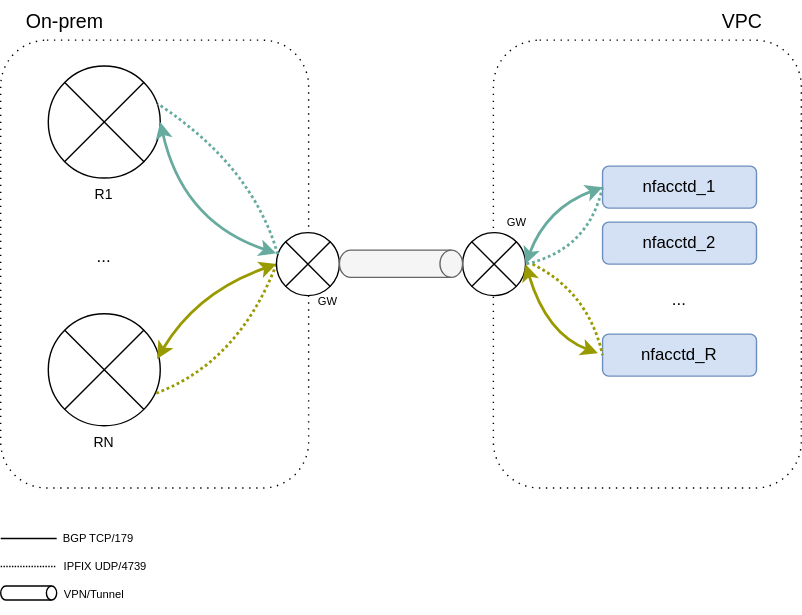
Above: docs/use-cases/images/deployment_vpc.svg in datahangar/sfunnel (draw.io), before the change. Source tidied: cells renumbered, new cells last; positions are measured from the earlier drawing's top-left corner, leaving out a move shared by most shapes.
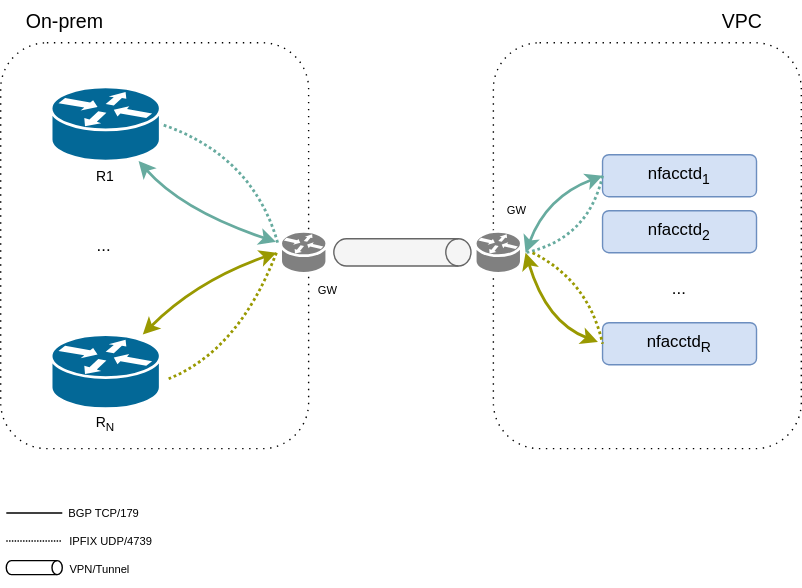
The same diagram one commit later.

Diff of the diagram source:
```diff
@@ -3,35 +3,32 @@
     <mxCell id="0" />
     <mxCell id="1" parent="0" />
     <mxCell id="2" style="rounded=1;whiteSpace=wrap;html=1;fillColor=none;strokeColor=#000000;dashed=1;dashPattern=1 4;" parent="1" vertex="1">
-      <mxGeometry x="352" y="28" width="220" height="320" as="geometry" />
+      <mxGeometry x="352" y="38" width="220" height="290" as="geometry" />
     </mxCell>
     <mxCell id="3" style="rounded=1;whiteSpace=wrap;html=1;fillColor=none;strokeColor=#000000;dashed=1;dashPattern=1 4;" parent="1" vertex="1">
-      <mxGeometry y="28" width="220" height="320" as="geometry" />
+      <mxGeometry y="38" width="220" height="290" as="geometry" />
     </mxCell>
-    <mxCell id="4" style="shape=sumEllipse;perimeter=ellipsePerimeter;whiteSpace=wrap;html=1;backgroundOutline=1;" parent="1" vertex="1">
-      <mxGeometry x="34" y="46.5" width="80" height="80" as="geometry" />
-    </mxCell>
     <mxCell id="5" value="&lt;font style=&quot;font-size: 10px;&quot;&gt;R1&lt;/font&gt;" style="text;html=1;align=center;verticalAlign=middle;whiteSpace=wrap;rounded=0;" parent="1" vertex="1">
-      <mxGeometry x="39" y="122.5" width="70" height="30" as="geometry" />
+      <mxGeometry x="40" y="118" width="70" height="30" as="geometry" />
     </mxCell>
-    <mxCell id="6" style="shape=sumEllipse;perimeter=ellipsePerimeter;whiteSpace=wrap;html=1;backgroundOutline=1;" parent="1" vertex="1">
-      <mxGeometry x="34" y="223.5" width="80" height="80" as="geometry" />
-    </mxCell>
-    <mxCell id="7" value="&lt;font style=&quot;font-size: 10px;&quot;&gt;RN&lt;/font&gt;" style="text;html=1;align=center;verticalAlign=middle;whiteSpace=wrap;rounded=0;" parent="1" vertex="1">
-      <mxGeometry x="39" y="299.5" width="70" height="30" as="geometry" />
+    <mxCell id="7" value="&lt;font style=&quot;font-size: 10px;&quot;&gt;R&lt;sub&gt;N&lt;/sub&gt;&lt;/font&gt;" style="text;html=1;align=center;verticalAlign=middle;whiteSpace=wrap;rounded=0;" parent="1" vertex="1">
+      <mxGeometry x="40" y="294" width="70" height="30" as="geometry" />
     </mxCell>
     <mxCell id="8" value="..." style="text;html=1;align=center;verticalAlign=middle;whiteSpace=wrap;rounded=0;" parent="1" vertex="1">
       <mxGeometry x="44" y="167.5" width="60" height="30" as="geometry" />
     </mxCell>
-    <mxCell id="9" style="curved=1;endArrow=classic;html=1;rounded=0;strokeWidth=2;strokeColor=#999900;startArrow=classic;startFill=1;exitX=0.971;exitY=0.403;exitDx=0;exitDy=0;exitPerimeter=0;entryX=0;entryY=0.5;entryDx=0;entryDy=0;" parent="1" edge="1" source="6" target="17">
+    <mxCell id="9" style="curved=1;endArrow=classic;html=1;rounded=0;strokeWidth=2;strokeColor=#999900;startArrow=classic;startFill=1;entryX=0;entryY=0.5;entryDx=0;entryDy=0;" parent="1" edge="1" source="39">
       <mxGeometry relative="1" as="geometry">
+        <mxPoint x="197" y="188" as="targetPoint" />
         <Array as="points">
           <mxPoint x="140" y="208" />
         </Array>
       </mxGeometry>
     </mxCell>
-    <mxCell id="10" style="curved=1;endArrow=none;html=1;rounded=0;strokeWidth=2;strokeColor=#999900;dashed=1;dashPattern=1 1;entryX=0.963;entryY=0.71;entryDx=0;entryDy=0;endFill=0;entryPerimeter=0;exitX=0;exitY=0.5;exitDx=0;exitDy=0;" parent="1" edge="1" source="17" target="6">
+    <mxCell id="10" style="curved=1;endArrow=none;html=1;rounded=0;strokeWidth=2;strokeColor=#999900;dashed=1;dashPattern=1 1;endFill=0;exitX=0;exitY=0.5;exitDx=0;exitDy=0;" parent="1" edge="1">
       <mxGeometry relative="1" as="geometry">
+        <mxPoint x="197" y="188" as="sourcePoint" />
+        <mxPoint x="120" y="278" as="targetPoint" />
         <Array as="points">
           <mxPoint x="170" y="258" />
         </Array>
@@ -42,37 +39,33 @@
     </mxCell>
     <mxCell id="12" style="endArrow=none;html=1;rounded=0;" parent="1" edge="1">
       <mxGeometry relative="1" as="geometry">
-        <mxPoint y="384" as="sourcePoint" />
-        <mxPoint x="40" y="384" as="targetPoint" />
+        <mxPoint x="4" y="374" as="sourcePoint" />
+        <mxPoint x="44" y="374" as="targetPoint" />
       </mxGeometry>
     </mxCell>
     <mxCell id="13" style="endArrow=none;html=1;rounded=0;dashed=1;dashPattern=1 1;" parent="1" edge="1">
       <mxGeometry relative="1" as="geometry">
-        <mxPoint y="404" as="sourcePoint" />
-        <mxPoint x="40" y="404" as="targetPoint" />
+        <mxPoint x="4" y="394" as="sourcePoint" />
+        <mxPoint x="44" y="394" as="targetPoint" />
       </mxGeometry>
     </mxCell>
     <mxCell id="14" value="&lt;font style=&quot;font-size: 8px;&quot;&gt;BGP TCP/179&lt;/font&gt;" style="text;html=1;align=center;verticalAlign=middle;whiteSpace=wrap;rounded=0;" parent="1" vertex="1">
-      <mxGeometry x="40" y="368" width="60" height="30" as="geometry" />
+      <mxGeometry x="44" y="358" width="60" height="30" as="geometry" />
     </mxCell>
     <mxCell id="15" value="&lt;font style=&quot;font-size: 8px;&quot;&gt;IPFIX UDP/4739&lt;/font&gt;" style="text;html=1;align=center;verticalAlign=middle;whiteSpace=wrap;rounded=0;" parent="1" vertex="1">
-      <mxGeometry x="40" y="388" width="70" height="30" as="geometry" />
+      <mxGeometry x="44" y="378" width="70" height="30" as="geometry" />
     </mxCell>
-    <mxCell id="16" style="shape=sumEllipse;perimeter=ellipsePerimeter;whiteSpace=wrap;html=1;backgroundOutline=1;" parent="1" vertex="1">
-      <mxGeometry x="330" y="165.5" width="45" height="45" as="geometry" />
-    </mxCell>
-    <mxCell id="17" style="shape=sumEllipse;perimeter=ellipsePerimeter;whiteSpace=wrap;html=1;backgroundOutline=1;" parent="1" vertex="1">
-      <mxGeometry x="197" y="165.5" width="45" height="45" as="geometry" />
-    </mxCell>
-    <mxCell id="18" style="curved=1;endArrow=classic;html=1;rounded=0;strokeWidth=2;strokeColor=#67AB9F;startArrow=classic;startFill=1;exitX=1;exitY=0.5;exitDx=0;exitDy=0;entryX=-0.006;entryY=0.329;entryDx=0;entryDy=0;entryPerimeter=0;" parent="1" edge="1" source="4" target="17">
+    <mxCell id="18" style="curved=1;endArrow=classic;html=1;rounded=0;strokeWidth=2;strokeColor=#67AB9F;startArrow=classic;startFill=1;entryX=-0.006;entryY=0.329;entryDx=0;entryDy=0;entryPerimeter=0;" parent="1" edge="1" source="38">
       <mxGeometry relative="1" as="geometry">
+        <mxPoint x="196.7" y="180.3" as="targetPoint" />
         <Array as="points">
           <mxPoint x="130" y="158" />
         </Array>
       </mxGeometry>
     </mxCell>
-    <mxCell id="19" style="curved=1;endArrow=none;html=1;rounded=0;strokeWidth=2;strokeColor=#67AB9F;dashed=1;dashPattern=1 1;entryX=0.977;entryY=0.337;entryDx=0;entryDy=0;endFill=0;entryPerimeter=0;exitX=0.019;exitY=0.341;exitDx=0;exitDy=0;exitPerimeter=0;" parent="1" edge="1" source="17" target="4">
+    <mxCell id="19" style="curved=1;endArrow=none;html=1;rounded=0;strokeWidth=2;strokeColor=#67AB9F;dashed=1;dashPattern=1 1;entryX=1;entryY=0.5;entryDx=0;entryDy=0;endFill=0;entryPerimeter=0;exitX=0.019;exitY=0.341;exitDx=0;exitDy=0;exitPerimeter=0;" parent="1" edge="1" target="38">
       <mxGeometry relative="1" as="geometry">
+        <mxPoint x="197.9" y="180.8" as="sourcePoint" />
         <Array as="points">
           <mxPoint x="180" y="118" />
         </Array>
@@ -81,27 +74,29 @@
     <mxCell id="20" value="&lt;div&gt;&lt;br&gt;&lt;/div&gt;" style="edgeLabel;html=1;align=center;verticalAlign=middle;labelBackgroundColor=none;fontColor=#006600;" parent="19" vertex="1">
       <mxGeometry y="-10" relative="1" as="geometry" />
     </mxCell>
-    <mxCell id="21" value="nfacctd_1" style="rounded=1;whiteSpace=wrap;html=1;fillColor=#D4E1F5;strokeColor=#6C8EBF;" parent="1" vertex="1">
+    <mxCell id="21" value="nfacctd&lt;sub&gt;1&lt;/sub&gt;" style="rounded=1;whiteSpace=wrap;html=1;fillColor=#D4E1F5;strokeColor=#6C8EBF;" parent="1" vertex="1">
       <mxGeometry x="430" y="118" width="110" height="30" as="geometry" />
     </mxCell>
-    <mxCell id="22" value="nfacctd_R" style="rounded=1;whiteSpace=wrap;html=1;fillColor=#D4E1F5;strokeColor=#6C8EBF;" parent="1" vertex="1">
+    <mxCell id="22" value="nfacctd&lt;sub&gt;R&lt;/sub&gt;" style="rounded=1;whiteSpace=wrap;html=1;fillColor=#D4E1F5;strokeColor=#6C8EBF;" parent="1" vertex="1">
       <mxGeometry x="430" y="238" width="110" height="30" as="geometry" />
     </mxCell>
-    <mxCell id="23" value="nfacctd_2" style="rounded=1;whiteSpace=wrap;html=1;fillColor=#D4E1F5;strokeColor=#6C8EBF;" parent="1" vertex="1">
+    <mxCell id="23" value="nfacctd&lt;sub&gt;2&lt;/sub&gt;" style="rounded=1;whiteSpace=wrap;html=1;fillColor=#D4E1F5;strokeColor=#6C8EBF;" parent="1" vertex="1">
       <mxGeometry x="430" y="158" width="110" height="30" as="geometry" />
     </mxCell>
     <mxCell id="24" value="..." style="text;html=1;align=center;verticalAlign=middle;whiteSpace=wrap;rounded=0;" parent="1" vertex="1">
       <mxGeometry x="455" y="199" width="60" height="30" as="geometry" />
     </mxCell>
-    <mxCell id="25" style="curved=1;endArrow=classic;html=1;rounded=0;strokeWidth=2;strokeColor=#67AB9F;startArrow=classic;startFill=1;exitX=1;exitY=0.5;exitDx=0;exitDy=0;entryX=0;entryY=0.5;entryDx=0;entryDy=0;" parent="1" edge="1" source="16" target="21">
+    <mxCell id="25" style="curved=1;endArrow=classic;html=1;rounded=0;strokeWidth=2;strokeColor=#67AB9F;startArrow=classic;startFill=1;exitX=1;exitY=0.5;exitDx=0;exitDy=0;entryX=0;entryY=0.5;entryDx=0;entryDy=0;" parent="1" edge="1" target="21">
       <mxGeometry relative="1" as="geometry">
+        <mxPoint x="375" y="188" as="sourcePoint" />
         <Array as="points">
           <mxPoint x="390" y="148" />
         </Array>
       </mxGeometry>
     </mxCell>
-    <mxCell id="26" style="curved=1;endArrow=none;html=1;rounded=0;strokeWidth=2;strokeColor=#67AB9F;dashed=1;dashPattern=1 1;entryX=1;entryY=0.5;entryDx=0;entryDy=0;endFill=0;exitX=0;exitY=0.5;exitDx=0;exitDy=0;" parent="1" edge="1" source="21" target="16">
+    <mxCell id="26" style="curved=1;endArrow=none;html=1;rounded=0;strokeWidth=2;strokeColor=#67AB9F;dashed=1;dashPattern=1 1;entryX=1;entryY=0.5;entryDx=0;entryDy=0;endFill=0;exitX=0;exitY=0.5;exitDx=0;exitDy=0;" parent="1" edge="1" source="21">
       <mxGeometry relative="1" as="geometry">
+        <mxPoint x="375" y="188" as="targetPoint" />
         <Array as="points">
           <mxPoint x="420" y="178" />
         </Array>
@@ -110,8 +105,9 @@
     <mxCell id="27" value="&lt;div&gt;&lt;br&gt;&lt;/div&gt;" style="edgeLabel;html=1;align=center;verticalAlign=middle;labelBackgroundColor=none;fontColor=#006600;" parent="26" vertex="1">
       <mxGeometry y="-10" relative="1" as="geometry" />
     </mxCell>
-    <mxCell id="28" style="curved=1;endArrow=classic;html=1;rounded=0;strokeWidth=2;strokeColor=#999900;startArrow=classic;startFill=1;exitX=-0.03;exitY=0.457;exitDx=0;exitDy=0;exitPerimeter=0;entryX=1;entryY=0.5;entryDx=0;entryDy=0;" parent="1" edge="1" source="22" target="16">
+    <mxCell id="28" style="curved=1;endArrow=classic;html=1;rounded=0;strokeWidth=2;strokeColor=#999900;startArrow=classic;startFill=1;exitX=-0.03;exitY=0.457;exitDx=0;exitDy=0;exitPerimeter=0;entryX=1;entryY=0.5;entryDx=0;entryDy=0;" parent="1" edge="1" source="22">
       <mxGeometry relative="1" as="geometry">
+        <mxPoint x="375" y="188" as="targetPoint" />
         <Array as="points">
           <mxPoint x="390" y="238" />
         </Array>
@@ -129,19 +125,19 @@
       <mxGeometry y="-10" relative="1" as="geometry" />
     </mxCell>
     <mxCell id="31" style="strokeWidth=1;html=1;shape=mxgraph.flowchart.direct_data;whiteSpace=wrap;" parent="1" vertex="1">
-      <mxGeometry y="418" width="40" height="10" as="geometry" />
+      <mxGeometry x="4" y="408" width="40" height="10" as="geometry" />
     </mxCell>
     <mxCell id="32" value="&lt;font style=&quot;font-size: 8px;&quot;&gt;VPN/Tunnel&lt;/font&gt;" style="text;html=1;align=center;verticalAlign=middle;whiteSpace=wrap;rounded=0;" parent="1" vertex="1">
-      <mxGeometry x="32" y="408" width="70" height="30" as="geometry" />
+      <mxGeometry x="36" y="398" width="70" height="30" as="geometry" />
     </mxCell>
     <mxCell id="33" value="&lt;font style=&quot;font-size: 14px;&quot;&gt;On-prem&lt;/font&gt;" style="text;html=1;align=center;verticalAlign=middle;whiteSpace=wrap;rounded=0;fontSize=14;" parent="1" vertex="1">
-      <mxGeometry x="16" width="60" height="30" as="geometry" />
+      <mxGeometry x="16" y="8" width="60" height="30" as="geometry" />
     </mxCell>
     <mxCell id="34" style="strokeWidth=1;html=1;shape=mxgraph.flowchart.direct_data;whiteSpace=wrap;fillColor=#f5f5f5;fontColor=#333333;strokeColor=#666666;" parent="1" vertex="1">
-      <mxGeometry x="242" y="178" width="88" height="19.5" as="geometry" />
+      <mxGeometry x="238" y="178" width="98" height="19.5" as="geometry" />
     </mxCell>
     <mxCell id="35" value="&lt;font style=&quot;font-size: 14px;&quot;&gt;VPC&lt;/font&gt;" style="text;html=1;align=center;verticalAlign=middle;whiteSpace=wrap;rounded=0;fontSize=14;" parent="1" vertex="1">
-      <mxGeometry x="500" width="60" height="30" as="geometry" />
+      <mxGeometry x="500" y="8" width="60" height="30" as="geometry" />
     </mxCell>
     <mxCell id="36" value="&lt;font style=&quot;font-size: 8px;&quot;&gt;GW&lt;/font&gt;" style="text;html=1;align=center;verticalAlign=middle;whiteSpace=wrap;rounded=0;" parent="1" vertex="1">
       <mxGeometry x="204" y="199" width="60" height="30" as="geometry" />
@@ -149,5 +145,17 @@
     <mxCell id="37" value="&lt;font style=&quot;font-size: 8px;&quot;&gt;GW&lt;/font&gt;" style="text;html=1;align=center;verticalAlign=middle;whiteSpace=wrap;rounded=0;" parent="1" vertex="1">
       <mxGeometry x="339" y="142" width="60" height="30" as="geometry" />
     </mxCell>
+    <mxCell id="38" style="shape=mxgraph.cisco.routers.router;sketch=0;html=1;dashed=0;fillColor=#036897;strokeColor=#ffffff;strokeWidth=2;verticalLabelPosition=bottom;verticalAlign=top;align=center;outlineConnect=0;" parent="1" vertex="1">
+      <mxGeometry x="36" y="69.5" width="78" height="53" as="geometry" />
+    </mxCell>
+    <mxCell id="39" style="shape=mxgraph.cisco.routers.router;sketch=0;html=1;dashed=0;fillColor=#036897;strokeColor=#ffffff;strokeWidth=2;verticalLabelPosition=bottom;verticalAlign=top;align=center;outlineConnect=0;" parent="1" vertex="1">
+      <mxGeometry x="36" y="246.5" width="78" height="53" as="geometry" />
+    </mxCell>
+    <mxCell id="40" style="shape=mxgraph.cisco.routers.router;sketch=0;html=1;dashed=0;fillColor=#808080;strokeColor=#ffffff;strokeWidth=2;verticalLabelPosition=bottom;verticalAlign=top;align=center;" parent="1" vertex="1">
+      <mxGeometry x="200" y="172.8" width="33" height="30" as="geometry" />
+    </mxCell>
+    <mxCell id="41" style="shape=mxgraph.cisco.routers.router;sketch=0;html=1;dashed=0;fillColor=#808080;strokeColor=#ffffff;strokeWidth=2;verticalLabelPosition=bottom;verticalAlign=top;align=center;" parent="1" vertex="1">
+      <mxGeometry x="339" y="172.8" width="33" height="30" as="geometry" />
+    </mxCell>
   </root>
 </mxGraphModel>
```
